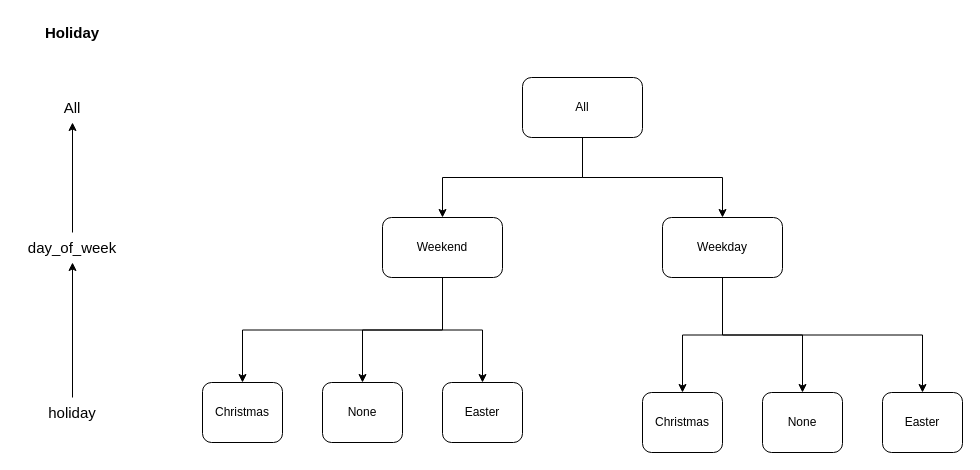
Earlier version of the draw.io diagram Holiday Concept Hierarchy.drawio (NekoTRSH/Drawing). Source tidied: cells renumbered, new cells numbered last; positions are measured from the earlier drawing's top-left corner, leaving out a move shared by most shapes. Both pictures are drawn from the tidied source at 100%, with x=0, y=0 at pixel (17, 17).
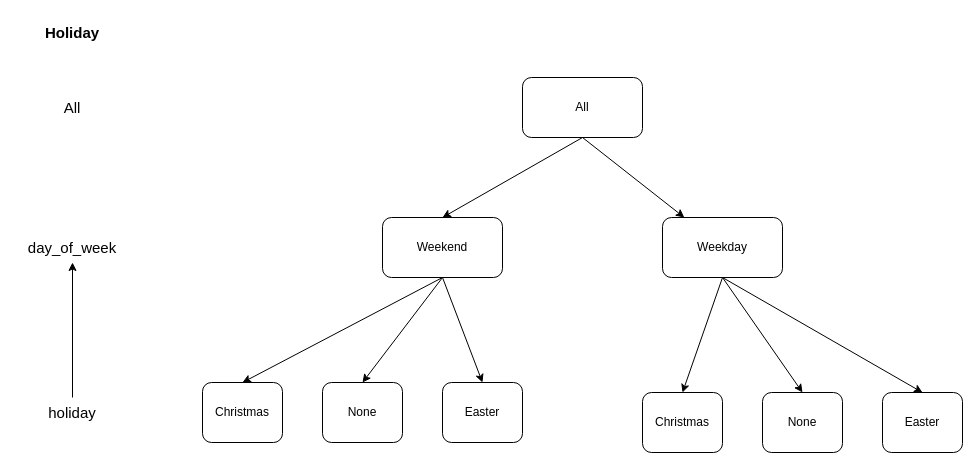
The same diagram, later.

Unchanged cells that the change refers to:
```xml
<mxCell id="5" value="All" style="rounded=1;whiteSpace=wrap;html=1;" parent="1" vertex="1">
  <mxGeometry x="505" y="60" width="120" height="60" as="geometry" />
</mxCell>
<mxCell id="6" value="All" style="text;html=1;align=center;verticalAlign=middle;whiteSpace=wrap;rounded=0;fontSize=15;" parent="1" vertex="1">
  <mxGeometry x="25" y="75" width="60" height="30" as="geometry" />
</mxCell>
<mxCell id="10" value="day_of_week" style="text;html=1;align=center;verticalAlign=middle;whiteSpace=wrap;rounded=0;fontSize=15;" parent="1" vertex="1">
  <mxGeometry x="25" y="215" width="60" height="30" as="geometry" />
</mxCell>
<mxCell id="14" value="Weekend" style="rounded=1;whiteSpace=wrap;html=1;" parent="1" vertex="1">
  <mxGeometry x="365" y="200" width="120" height="60" as="geometry" />
</mxCell>
<mxCell id="18" value="Weekday" style="rounded=1;whiteSpace=wrap;html=1;" parent="1" vertex="1">
  <mxGeometry x="645" y="200" width="120" height="60" as="geometry" />
</mxCell>
<mxCell id="19" value="Christmas" style="rounded=1;whiteSpace=wrap;html=1;" parent="1" vertex="1">
  <mxGeometry x="185" y="365" width="80" height="60" as="geometry" />
</mxCell>
<mxCell id="20" value="None" style="rounded=1;whiteSpace=wrap;html=1;" parent="1" vertex="1">
  <mxGeometry x="305" y="365" width="80" height="60" as="geometry" />
</mxCell>
<mxCell id="21" value="Easter" style="rounded=1;whiteSpace=wrap;html=1;" parent="1" vertex="1">
  <mxGeometry x="425" y="365" width="80" height="60" as="geometry" />
</mxCell>
<mxCell id="22" value="Christmas" style="rounded=1;whiteSpace=wrap;html=1;" parent="1" vertex="1">
  <mxGeometry x="625" y="375" width="80" height="60" as="geometry" />
</mxCell>
<mxCell id="23" value="None" style="rounded=1;whiteSpace=wrap;html=1;" parent="1" vertex="1">
  <mxGeometry x="745" y="375" width="80" height="60" as="geometry" />
</mxCell>
<mxCell id="24" value="Easter" style="rounded=1;whiteSpace=wrap;html=1;" parent="1" vertex="1">
  <mxGeometry x="865" y="375" width="80" height="60" as="geometry" />
</mxCell>
```

What changed in the source:
```diff
@@
-    <mxCell id="3" style="edgeStyle=orthogonalEdgeStyle;rounded=0;jettySize=auto;html=1;exitX=0.5;exitY=1;exitDx=0;exitDy=0;entryX=0.5;entryY=0;entryDx=0;entryDy=0;" parent="1" edge="1" source="5" target="14">
+    <mxCell id="3" style="rounded=0;jettySize=auto;html=1;exitX=0.5;exitY=1;exitDx=0;exitDy=0;entryX=0.5;entryY=0;entryDx=0;entryDy=0;" parent="1" edge="1" source="5" target="14">
       <mxGeometry relative="1" as="geometry" />
     </mxCell>
-    <mxCell id="4" style="edgeStyle=orthogonalEdgeStyle;rounded=0;jettySize=auto;html=1;exitX=0.5;exitY=1;exitDx=0;exitDy=0;" parent="1" edge="1" source="5" target="18">
+    <mxCell id="4" style="rounded=0;jettySize=auto;html=1;exitX=0.5;exitY=1;exitDx=0;exitDy=0;" parent="1" edge="1" source="5" target="18">
       <mxGeometry relative="1" as="geometry" />
     </mxCell>
@@
-    <mxCell id="9" style="edgeStyle=orthogonalEdgeStyle;rounded=0;jettySize=auto;html=1;exitX=0.5;exitY=0;exitDx=0;exitDy=0;entryX=0.5;entryY=1;entryDx=0;entryDy=0;" parent="1" edge="1" source="10" target="6">
-      <mxGeometry relative="1" as="geometry" />
-    </mxCell>
@@
-    <mxCell id="11" style="edgeStyle=orthogonalEdgeStyle;rounded=0;jettySize=auto;html=1;exitX=0.5;exitY=1;exitDx=0;exitDy=0;entryX=0.5;entryY=0;entryDx=0;entryDy=0;" parent="1" edge="1" source="14" target="19">
+    <mxCell id="11" style="rounded=0;jettySize=auto;html=1;exitX=0.5;exitY=1;exitDx=0;exitDy=0;entryX=0.5;entryY=0;entryDx=0;entryDy=0;" parent="1" edge="1" source="14" target="19">
       <mxGeometry relative="1" as="geometry" />
     </mxCell>
-    <mxCell id="12" style="edgeStyle=orthogonalEdgeStyle;rounded=0;jettySize=auto;html=1;exitX=0.5;exitY=1;exitDx=0;exitDy=0;entryX=0.5;entryY=0;entryDx=0;entryDy=0;" parent="1" edge="1" source="14" target="20">
+    <mxCell id="12" style="rounded=0;jettySize=auto;html=1;exitX=0.5;exitY=1;exitDx=0;exitDy=0;entryX=0.5;entryY=0;entryDx=0;entryDy=0;" parent="1" edge="1" source="14" target="20">
       <mxGeometry relative="1" as="geometry" />
     </mxCell>
-    <mxCell id="13" style="edgeStyle=orthogonalEdgeStyle;rounded=0;jettySize=auto;html=1;exitX=0.5;exitY=1;exitDx=0;exitDy=0;entryX=0.5;entryY=0;entryDx=0;entryDy=0;" parent="1" edge="1" source="14" target="21">
+    <mxCell id="13" style="rounded=0;jettySize=auto;html=1;exitX=0.5;exitY=1;exitDx=0;exitDy=0;entryX=0.5;entryY=0;entryDx=0;entryDy=0;" parent="1" edge="1" source="14" target="21">
       <mxGeometry relative="1" as="geometry" />
     </mxCell>
@@
-    <mxCell id="15" style="edgeStyle=orthogonalEdgeStyle;rounded=0;jettySize=auto;html=1;exitX=0.5;exitY=1;exitDx=0;exitDy=0;entryX=0.5;entryY=0;entryDx=0;entryDy=0;" parent="1" edge="1" source="18" target="22">
+    <mxCell id="15" style="rounded=0;jettySize=auto;html=1;exitX=0.5;exitY=1;exitDx=0;exitDy=0;entryX=0.5;entryY=0;entryDx=0;entryDy=0;" parent="1" edge="1" source="18" target="22">
       <mxGeometry relative="1" as="geometry" />
     </mxCell>
-    <mxCell id="16" style="edgeStyle=orthogonalEdgeStyle;rounded=0;jettySize=auto;html=1;exitX=0.5;exitY=1;exitDx=0;exitDy=0;entryX=0.5;entryY=0;entryDx=0;entryDy=0;" parent="1" edge="1" source="18" target="23">
+    <mxCell id="16" style="rounded=0;jettySize=auto;html=1;exitX=0.5;exitY=1;exitDx=0;exitDy=0;entryX=0.5;entryY=0;entryDx=0;entryDy=0;" parent="1" edge="1" source="18" target="23">
       <mxGeometry relative="1" as="geometry" />
     </mxCell>
-    <mxCell id="17" style="edgeStyle=orthogonalEdgeStyle;rounded=0;jettySize=auto;html=1;exitX=0.5;exitY=1;exitDx=0;exitDy=0;entryX=0.5;entryY=0;entryDx=0;entryDy=0;" parent="1" edge="1" source="18" target="24">
+    <mxCell id="17" style="rounded=0;jettySize=auto;html=1;exitX=0.5;exitY=1;exitDx=0;exitDy=0;entryX=0.5;entryY=0;entryDx=0;entryDy=0;" parent="1" edge="1" source="18" target="24">
       <mxGeometry relative="1" as="geometry" />
     </mxCell>
```
